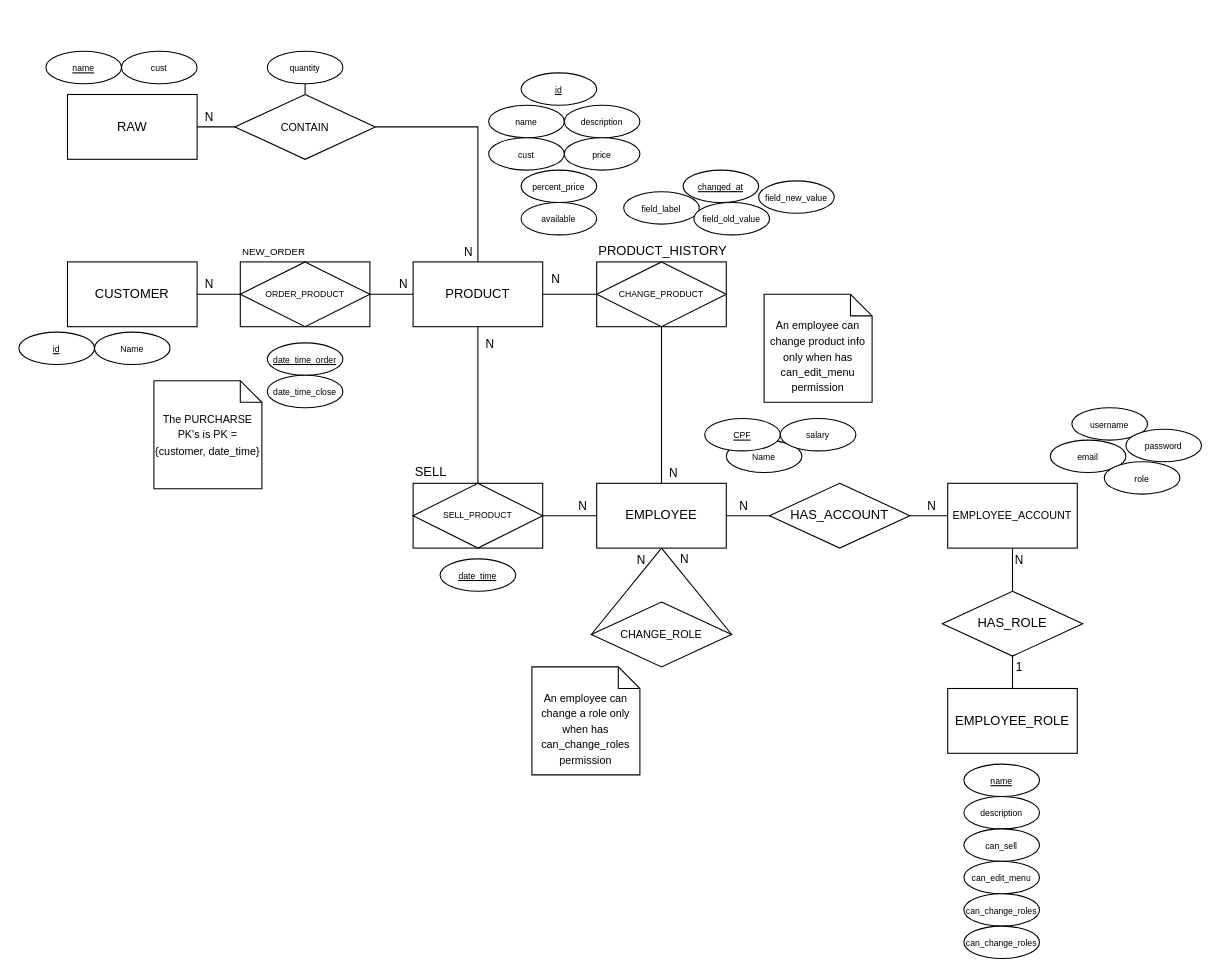
This is page "Diagrama ER" (1 of 2) of database/database.drawio from ikuyorih9/HisamiDoceria, a draw.io file, before an edit. Source tidied: cells renumbered, new cells numbered last; positions are measured from the earlier drawing's top-left corner, leaving out a move shared by most shapes. Both pictures are drawn from the tidied source at 108%, with x=0, y=0 at pixel (18, 51).
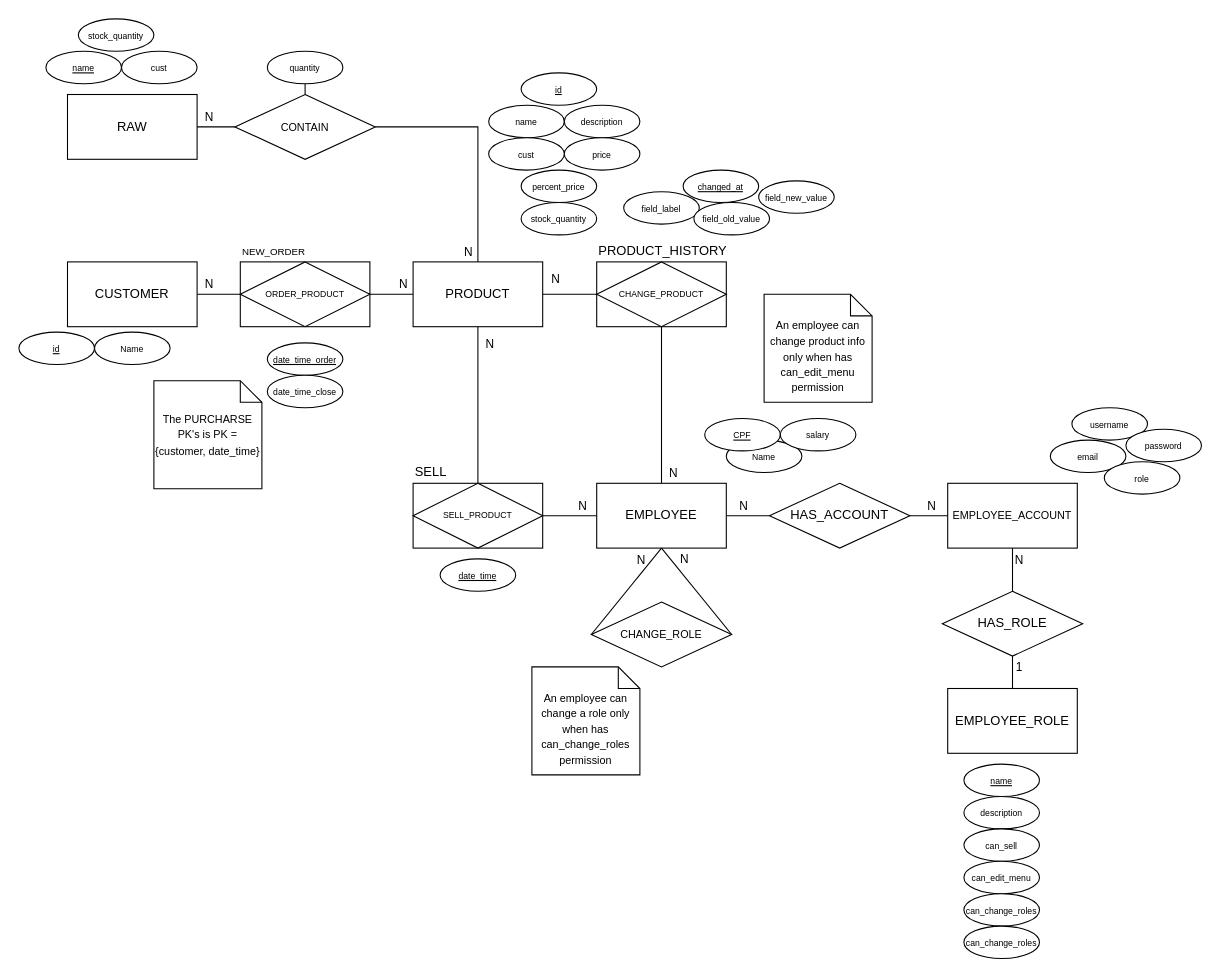
Above is the later version.

Commit message (it also covers changes not shown here):
add stock columns on database

The edit, as a diff of the source:
```diff
@@
-    <mxCell id="86" value="&lt;span style=&quot;font-size: 8px;&quot;&gt;available&lt;/span&gt;" style="ellipse;whiteSpace=wrap;html=1;align=center;" parent="1" vertex="1">
+    <mxCell id="86" value="&lt;span style=&quot;font-size: 8px;&quot;&gt;stock_quantity&lt;/span&gt;" style="ellipse;whiteSpace=wrap;html=1;align=center;" parent="1" vertex="1">
       <mxGeometry x="465" y="140" width="70" height="30" as="geometry" />
     </mxCell>
+    <mxCell id="87" value="&lt;font style=&quot;font-size: 8px; line-height: 80%;&quot;&gt;stock_quantity&lt;/font&gt;" style="ellipse;whiteSpace=wrap;html=1;align=center;" parent="1" vertex="1">
+      <mxGeometry x="55" y="-30" width="70" height="30" as="geometry" />
+    </mxCell>
```
